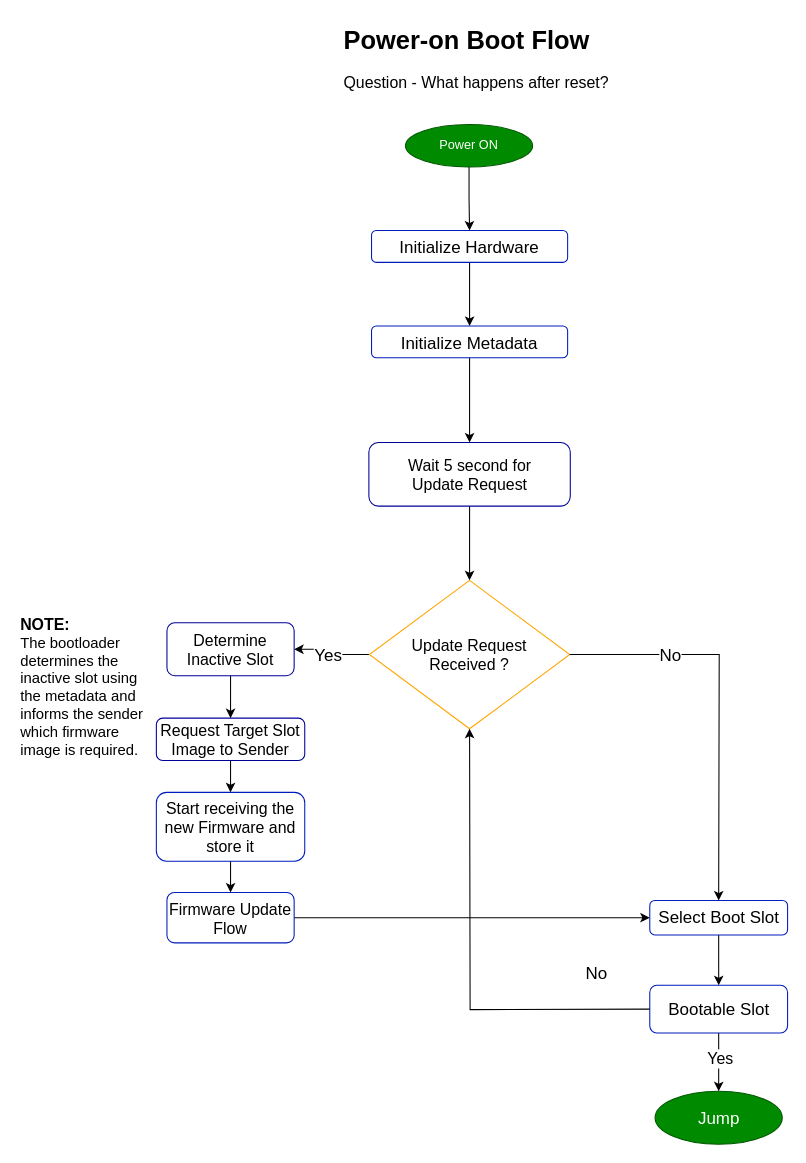
brajogopal/HEXBOOT_F0 keeps this draw.io diagram as page "01 - Power-on Boot Flow" (2 of 9) of docs/HEXBOOT_F0_Architecture.drawio. Above is the earlier version. Source tidied: cells renumbered, new cells numbered last; positions are measured from the earlier drawing's top-left corner, leaving out a move shared by most shapes. Both pictures are drawn from the tidied source at 106%, with x=0, y=0 at pixel (18, 18).
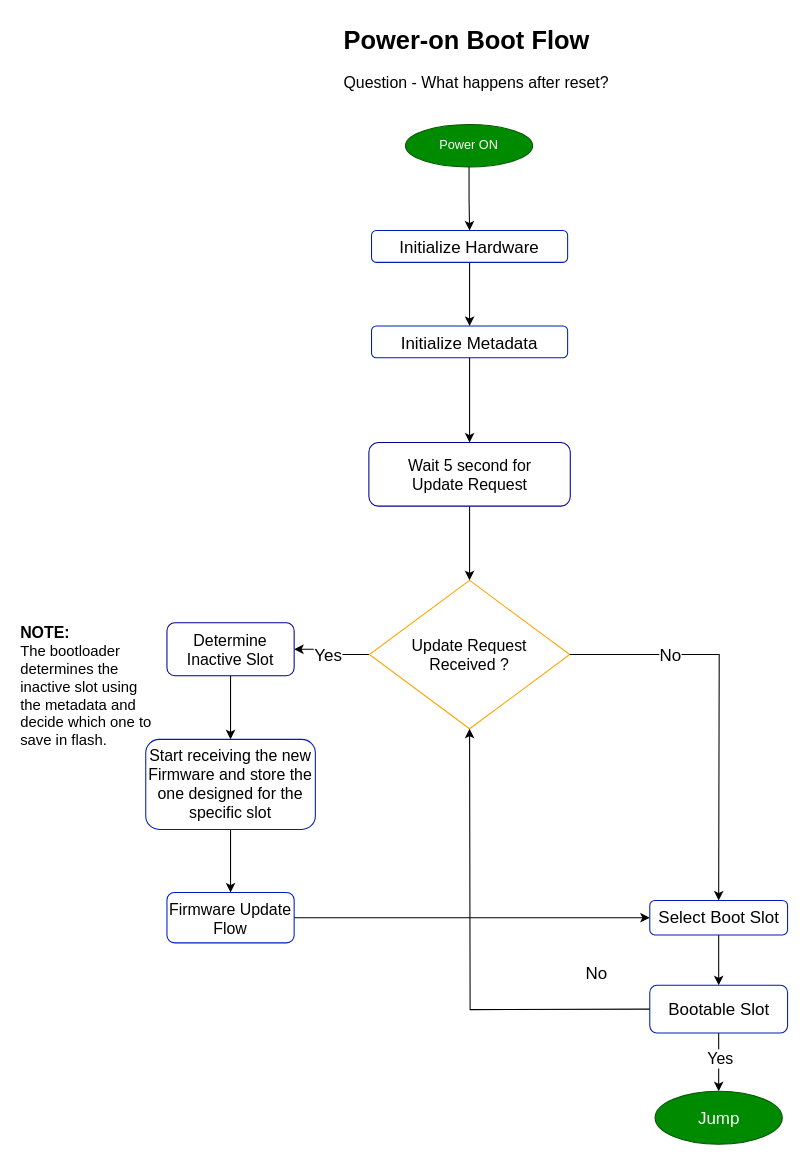
After the change.

The change refers to these unchanged cells:
```xml
<mxCell id="32" value="&lt;font style=&quot;font-size: 15px;&quot;&gt;Determine Inactive Slot&lt;/font&gt;" style="rounded=1;whiteSpace=wrap;html=1;strokeColor=#000099;" parent="1" vertex="1">
  <mxGeometry x="140" y="570" width="120" height="50" as="geometry" />
</mxCell>
```

Change to the diagram source:
```diff
@@
-    <mxCell id="9" value="&lt;font style=&quot;color: rgb(0, 0, 0); font-size: 15px;&quot;&gt;&lt;font style=&quot;&quot;&gt;Star&lt;/font&gt;t receiving the new Firmware and store it&lt;/font&gt;" style="rounded=1;whiteSpace=wrap;html=1;align=center;verticalAlign=top;fontFamily=Helvetica;fontSize=12;fontColor=#ffffff;fillColor=none;strokeColor=#001DBC;" parent="1" vertex="1">
-      <mxGeometry x="130" y="730" width="140" height="65" as="geometry" />
+    <mxCell id="9" value="&lt;font style=&quot;color: rgb(0, 0, 0); font-size: 15px;&quot;&gt;&lt;font style=&quot;&quot;&gt;Star&lt;/font&gt;t receiving the new Firmware and store the one designed for the specific slot&lt;/font&gt;" style="rounded=1;whiteSpace=wrap;html=1;align=center;verticalAlign=top;fontFamily=Helvetica;fontSize=12;fontColor=#ffffff;fillColor=none;strokeColor=#001DBC;" parent="1" vertex="1">
+      <mxGeometry x="120" y="680" width="160" height="85" as="geometry" />
     </mxCell>
@@
-    <mxCell id="29" style="edgeStyle=orthogonalEdgeStyle;rounded=0;jettySize=auto;html=1;exitX=0.5;exitY=1;exitDx=0;exitDy=0;entryX=0.5;entryY=0;entryDx=0;entryDy=0;" parent="1" edge="1" source="30" target="9">
-      <mxGeometry relative="1" as="geometry" />
-    </mxCell>
-    <mxCell id="30" value="&lt;font style=&quot;font-size: 15px;&quot;&gt;Request Target Slot Image to Sender&lt;/font&gt;" style="rounded=1;whiteSpace=wrap;html=1;strokeColor=#000099;" parent="1" vertex="1">
-      <mxGeometry x="130" y="660" width="140" height="40" as="geometry" />
-    </mxCell>
-    <mxCell id="31" style="edgeStyle=orthogonalEdgeStyle;rounded=0;jettySize=auto;html=1;" parent="1" edge="1" source="32" target="30">
+    <mxCell id="31" style="edgeStyle=orthogonalEdgeStyle;rounded=0;jettySize=auto;html=1;entryX=0.5;entryY=0;entryDx=0;entryDy=0;" parent="1" edge="1" source="32" target="9">
       <mxGeometry relative="1" as="geometry" />
     </mxCell>
@@
-    <mxCell id="33" value="&lt;div&gt;&lt;b&gt;&lt;font style=&quot;font-size: 15px;&quot;&gt;NOTE:&lt;/font&gt;&lt;/b&gt;&lt;/div&gt;&lt;div&gt;&lt;font style=&quot;font-size: 14px;&quot;&gt;The bootloader determines the inactive slot&amp;nbsp;&lt;span style=&quot;background-color: transparent; color: light-dark(rgb(0, 0, 0), rgb(255, 255, 255));&quot;&gt;using the metadata and informs the sender&lt;/span&gt;&lt;/font&gt;&lt;/div&gt;&lt;div&gt;&lt;font style=&quot;font-size: 14px;&quot;&gt;which firmware image is required.&lt;/font&gt;&lt;/div&gt;" style="text;html=1;whiteSpace=wrap;strokeColor=none;fillColor=none;align=left;verticalAlign=middle;rounded=0;" parent="1" vertex="1">
+    <mxCell id="33" value="&lt;div&gt;&lt;b&gt;&lt;font style=&quot;font-size: 15px;&quot;&gt;NOTE:&lt;/font&gt;&lt;/b&gt;&lt;/div&gt;&lt;div&gt;&lt;font style=&quot;font-size: 14px;&quot;&gt;The bootloader determines the inactive slot&amp;nbsp;&lt;span style=&quot;background-color: transparent; color: light-dark(rgb(0, 0, 0), rgb(255, 255, 255));&quot;&gt;using the metadata and decide which one to save in flash&lt;/span&gt;&lt;/font&gt;&lt;span style=&quot;font-size: 14px; background-color: transparent; color: light-dark(rgb(0, 0, 0), rgb(255, 255, 255));&quot;&gt;.&lt;/span&gt;&lt;/div&gt;" style="text;html=1;whiteSpace=wrap;strokeColor=none;fillColor=none;align=left;verticalAlign=middle;rounded=0;" parent="1" vertex="1">
       <mxGeometry y="570" width="130" height="120" as="geometry" />
     </mxCell>
```
